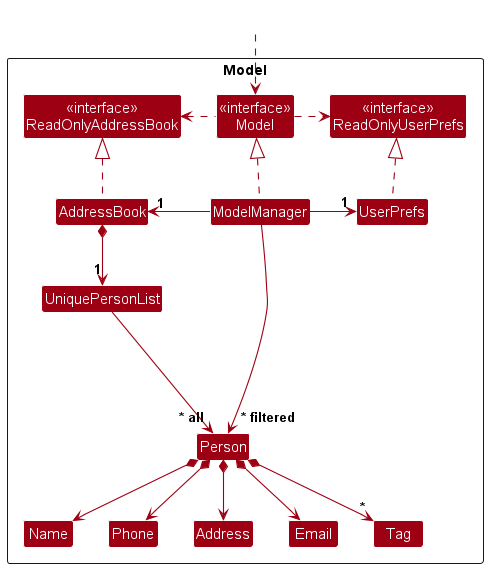
Earlier version of the PlantUML export docs/images/ModelClassDiagram.png (nus-cs2103-AY2425S1/tp).
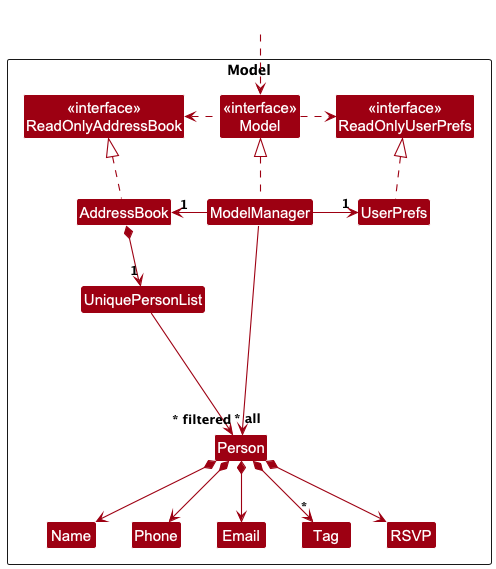
The same file after the commit.

Commit message:
Edit UML diagrams for ModelClassDiagram and BetterModelClassDiagram and descriptions in DG

The edit, as a diff of the source:
```diff
@@ -14,11 +14,11 @@
 
 Class UniquePersonList
 Class Person
-Class Address
 Class Email
 Class Name
 Class Phone
 Class Tag
+Class RSVP
 
 Class I #FFFFFF
 }
@@ -40,15 +40,13 @@
 Person *--> Name
 Person *--> Phone
 Person *--> Email
-Person *--> Address
 Person *--> "*" Tag
+Person *--> RSVP
 
 Person -[hidden]up--> I
 UniquePersonList -[hidden]right-> I
 
 Name -[hidden]right-> Phone
-Phone -[hidden]right-> Address
-Address -[hidden]right-> Email
 
 ModelManager --> "~* filtered" Person
 @enduml
```
